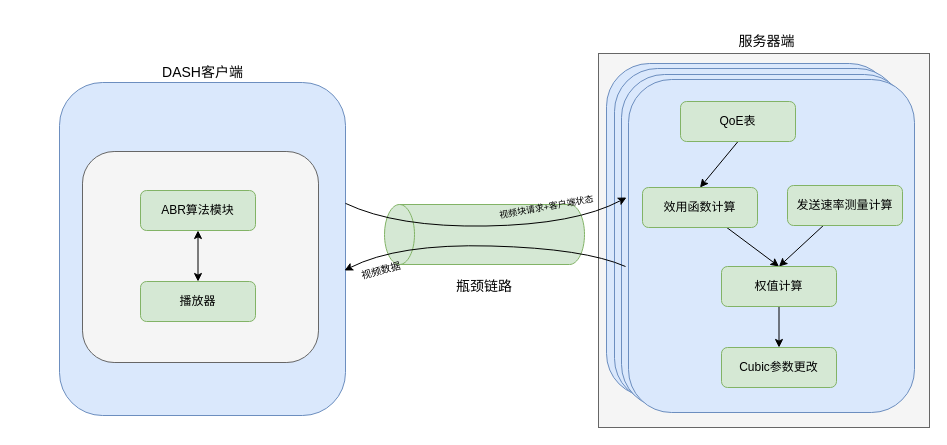
Above: Minerva Structure.drawio in Lingnuo/Project01 (draw.io), before the change. Source tidied: cells renumbered, new cells numbered last; positions are measured from the earlier drawing's top-left corner, leaving out a move shared by most shapes. Both pictures are drawn from the tidied source at 100%, with x=0, y=0 at pixel (59, 29).
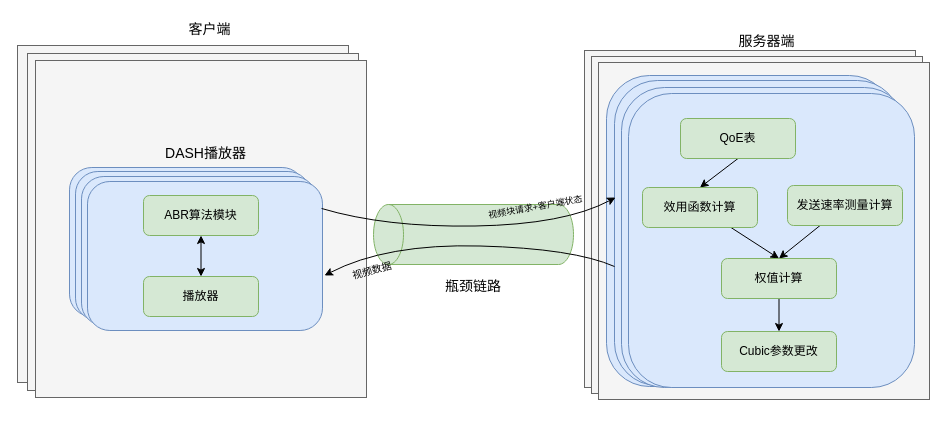
The same diagram, later.

The edit, as a diff of the source:
```diff
@@
+    <mxCell id="29" style="rounded=0;whiteSpace=wrap;html=1;fillColor=#f5f5f5;fontColor=#333333;strokeColor=#666666;glass=0;" parent="1" vertex="1">
+      <mxGeometry x="-42" y="16" width="331" height="337" as="geometry" />
+    </mxCell>
+    <mxCell id="30" style="rounded=0;whiteSpace=wrap;html=1;fillColor=#f5f5f5;fontColor=#333333;strokeColor=#666666;glass=0;" parent="1" vertex="1">
+      <mxGeometry x="-32" y="24" width="331" height="337" as="geometry" />
+    </mxCell>
+    <mxCell id="31" style="rounded=0;whiteSpace=wrap;html=1;fillColor=#f5f5f5;fontColor=#333333;strokeColor=#666666;glass=0;" parent="1" vertex="1">
+      <mxGeometry x="-24" y="31" width="331" height="337" as="geometry" />
+    </mxCell>
+    <mxCell id="32" style="rounded=0;whiteSpace=wrap;html=1;fillColor=#f5f5f5;fontColor=#333333;strokeColor=#666666;glass=0;" parent="1" vertex="1">
+      <mxGeometry x="525" y="21" width="331" height="337" as="geometry" />
+    </mxCell>
+    <mxCell id="33" style="rounded=0;whiteSpace=wrap;html=1;fillColor=#f5f5f5;fontColor=#333333;strokeColor=#666666;glass=0;" parent="1" vertex="1">
+      <mxGeometry x="532" y="27" width="331" height="337" as="geometry" />
+    </mxCell>
+    <mxCell id="34" style="rounded=1;whiteSpace=wrap;html=1;fontSize=12;fillColor=#dae8fc;strokeColor=#6c8ebf;" parent="1" vertex="1">
+      <mxGeometry x="10" y="138" width="235" height="149" as="geometry" />
+    </mxCell>
+    <mxCell id="35" style="rounded=1;whiteSpace=wrap;html=1;fontSize=12;fillColor=#dae8fc;strokeColor=#6c8ebf;" parent="1" vertex="1">
+      <mxGeometry x="16" y="142" width="235" height="149" as="geometry" />
+    </mxCell>
+    <mxCell id="36" style="rounded=1;whiteSpace=wrap;html=1;fontSize=12;fillColor=#dae8fc;strokeColor=#6c8ebf;" parent="1" vertex="1">
+      <mxGeometry x="22" y="147" width="235" height="149" as="geometry" />
+    </mxCell>
+    <mxCell id="7" style="rounded=1;whiteSpace=wrap;html=1;fontSize=12;fillColor=#dae8fc;strokeColor=#6c8ebf;" parent="1" vertex="1">
+      <mxGeometry x="28" y="152" width="235" height="149" as="geometry" />
+    </mxCell>
-    <mxCell id="2" style="rounded=0;whiteSpace=wrap;html=1;fillColor=#f5f5f5;fontColor=#333333;strokeColor=#666666;" parent="1" vertex="1">
-      <mxGeometry x="539" y="24" width="331" height="374" as="geometry" />
+    <mxCell id="2" style="rounded=0;whiteSpace=wrap;html=1;fillColor=#f5f5f5;fontColor=#333333;strokeColor=#666666;glass=0;" parent="1" vertex="1">
+      <mxGeometry x="539" y="33" width="331" height="337" as="geometry" />
     </mxCell>
     <mxCell id="3" style="rounded=1;whiteSpace=wrap;html=1;fillColor=#dae8fc;strokeColor=#6c8ebf;" parent="1" vertex="1">
-      <mxGeometry x="547" y="34" width="286" height="333" as="geometry" />
+      <mxGeometry x="547" y="46" width="286" height="311" as="geometry" />
     </mxCell>
     <mxCell id="4" style="rounded=1;whiteSpace=wrap;html=1;fillColor=#dae8fc;strokeColor=#6c8ebf;" parent="1" vertex="1">
-      <mxGeometry x="555" y="39" width="286" height="333" as="geometry" />
+      <mxGeometry x="555" y="51" width="286" height="305" as="geometry" />
     </mxCell>
     <mxCell id="5" style="rounded=1;whiteSpace=wrap;html=1;fillColor=#dae8fc;strokeColor=#6c8ebf;" parent="1" vertex="1">
-      <mxGeometry x="562" y="45" width="286" height="333" as="geometry" />
+      <mxGeometry x="562" y="58" width="286" height="300" as="geometry" />
     </mxCell>
-    <mxCell id="6" style="rounded=1;whiteSpace=wrap;html=1;fillColor=#dae8fc;strokeColor=#6c8ebf;" parent="1" vertex="1">
-      <mxGeometry y="53" width="286" height="333" as="geometry" />
-    </mxCell>
-    <mxCell id="7" style="rounded=1;whiteSpace=wrap;html=1;fontSize=12;fillColor=#f5f5f5;strokeColor=#666666;fontColor=#333333;" parent="1" vertex="1">
-      <mxGeometry x="23" y="122" width="236" height="211" as="geometry" />
-    </mxCell>
-    <mxCell id="8" value="&lt;font style=&quot;font-size: 14px&quot;&gt;DASH客户端&lt;/font&gt;" style="text;html=1;strokeColor=none;fillColor=none;align=center;verticalAlign=middle;whiteSpace=wrap;rounded=0;fontSize=12;" parent="1" vertex="1">
-      <mxGeometry x="93.5" y="31" width="99" height="24" as="geometry" />
+    <mxCell id="8" value="&lt;font style=&quot;font-size: 14px&quot;&gt;客户端&lt;/font&gt;" style="text;html=1;strokeColor=none;fillColor=none;align=center;verticalAlign=middle;whiteSpace=wrap;rounded=0;fontSize=12;" parent="1" vertex="1">
+      <mxGeometry x="101" y="-12" width="99" height="24" as="geometry" />
     </mxCell>
     <mxCell id="9" style="rounded=1;whiteSpace=wrap;html=1;fillColor=#dae8fc;strokeColor=#6c8ebf;" parent="1" vertex="1">
-      <mxGeometry x="569" y="50" width="286" height="333" as="geometry" />
+      <mxGeometry x="569" y="64" width="286" height="294" as="geometry" />
     </mxCell>
@@
     <mxCell id="11" value="ABR算法模块" style="rounded=1;whiteSpace=wrap;html=1;fontSize=12;fillColor=#d5e8d4;strokeColor=#82b366;" parent="1" vertex="1">
-      <mxGeometry x="81" y="161" width="115" height="40" as="geometry" />
+      <mxGeometry x="84" y="166" width="115" height="40" as="geometry" />
     </mxCell>
     <mxCell id="12" value="播放器" style="rounded=1;whiteSpace=wrap;html=1;fontSize=12;fillColor=#d5e8d4;strokeColor=#82b366;" parent="1" vertex="1">
-      <mxGeometry x="81" y="252" width="115" height="40" as="geometry" />
+      <mxGeometry x="84" y="247" width="115" height="40" as="geometry" />
     </mxCell>
@@
     <mxCell id="14" value="QoE表" style="rounded=1;whiteSpace=wrap;html=1;fontSize=12;fillColor=#d5e8d4;strokeColor=#82b366;" parent="1" vertex="1">
-      <mxGeometry x="621" y="72" width="115" height="40" as="geometry" />
+      <mxGeometry x="621" y="89" width="115" height="40" as="geometry" />
     </mxCell>
@@
     <mxCell id="20" value="权值计算" style="rounded=1;whiteSpace=wrap;html=1;fontSize=12;fillColor=#d5e8d4;strokeColor=#82b366;" parent="1" vertex="1">
-      <mxGeometry x="662" y="237" width="115" height="40" as="geometry" />
+      <mxGeometry x="662" y="229" width="115" height="40" as="geometry" />
     </mxCell>
     <mxCell id="21" value="Cubic参数更改" style="rounded=1;whiteSpace=wrap;html=1;fontSize=12;fillColor=#d5e8d4;strokeColor=#82b366;" parent="1" vertex="1">
-      <mxGeometry x="662" y="318" width="115" height="40" as="geometry" />
+      <mxGeometry x="662" y="302" width="115" height="40" as="geometry" />
     </mxCell>
     <mxCell id="22" style="shape=cylinder3;whiteSpace=wrap;html=1;boundedLbl=1;backgroundOutline=1;size=15;rotation=-180;direction=south;fillColor=#d5e8d4;strokeColor=#82b366;" parent="1" vertex="1">
-      <mxGeometry x="325" y="175" width="200" height="60" as="geometry" />
+      <mxGeometry x="314" y="175" width="200" height="60" as="geometry" />
     </mxCell>
-    <mxCell id="23" style="curved=1;endArrow=classic;html=1;rounded=0;exitX=1;exitY=0.363;exitDx=0;exitDy=0;exitPerimeter=0;" parent="1" edge="1" source="6">
+    <mxCell id="23" style="curved=1;endArrow=classic;html=1;rounded=0;exitX=0.996;exitY=0.181;exitDx=0;exitDy=0;exitPerimeter=0;" parent="1" edge="1" source="7">
       <mxGeometry relative="1" as="geometry">
-        <mxPoint x="567" y="168" as="targetPoint" />
+        <mxPoint x="556" y="168" as="targetPoint" />
         <Array as="points">
-          <mxPoint x="337" y="198" />
-          <mxPoint x="516" y="195" />
+          <mxPoint x="326" y="198" />
+          <mxPoint x="505" y="195" />
         </Array>
       </mxGeometry>
     </mxCell>
     <mxCell id="24" style="curved=1;endArrow=none;html=1;rounded=0;startArrow=classic;startFill=1;endFill=0;" parent="1" edge="1">
       <mxGeometry relative="1" as="geometry">
-        <mxPoint x="285" y="241" as="sourcePoint" />
-        <mxPoint x="566" y="237" as="targetPoint" />
+        <mxPoint x="265" y="246" as="sourcePoint" />
+        <mxPoint x="555" y="237" as="targetPoint" />
         <Array as="points">
-          <mxPoint x="338" y="214" />
-          <mxPoint x="525" y="219" />
+          <mxPoint x="327" y="214" />
+          <mxPoint x="514" y="219" />
         </Array>
       </mxGeometry>
     </mxCell>
     <mxCell id="25" value="&lt;font style=&quot;font-size: 14px&quot;&gt;瓶颈链路&lt;/font&gt;" style="text;html=1;strokeColor=none;fillColor=none;align=center;verticalAlign=middle;whiteSpace=wrap;rounded=0;" parent="1" vertex="1">
-      <mxGeometry x="395" y="242" width="60" height="30" as="geometry" />
+      <mxGeometry x="384" y="242" width="60" height="30" as="geometry" />
     </mxCell>
     <mxCell id="26" value="&lt;font style=&quot;font-size: 9px&quot;&gt;视频块请求+客户端状态&lt;/font&gt;" style="text;html=1;strokeColor=none;fillColor=none;align=center;verticalAlign=middle;whiteSpace=wrap;rounded=0;fontSize=14;rotation=-10;" parent="1" vertex="1">
-      <mxGeometry x="415" y="161" width="144" height="30" as="geometry" />
+      <mxGeometry x="404" y="161" width="144" height="30" as="geometry" />
     </mxCell>
     <mxCell id="27" value="&lt;font size=&quot;1&quot;&gt;视频数据&lt;/font&gt;" style="text;html=1;strokeColor=none;fillColor=none;align=center;verticalAlign=middle;whiteSpace=wrap;rounded=0;fontSize=14;rotation=-15;" parent="1" vertex="1">
-      <mxGeometry x="291" y="225" width="61" height="30" as="geometry" />
+      <mxGeometry x="282" y="225" width="61" height="30" as="geometry" />
     </mxCell>
@@
+    <mxCell id="37" value="&lt;font style=&quot;font-size: 14px&quot;&gt;DASH播放器&lt;/font&gt;" style="text;html=1;strokeColor=none;fillColor=none;align=center;verticalAlign=middle;whiteSpace=wrap;rounded=0;fontSize=12;" parent="1" vertex="1">
+      <mxGeometry x="96.5" y="112" width="99" height="24" as="geometry" />
+    </mxCell>
```
